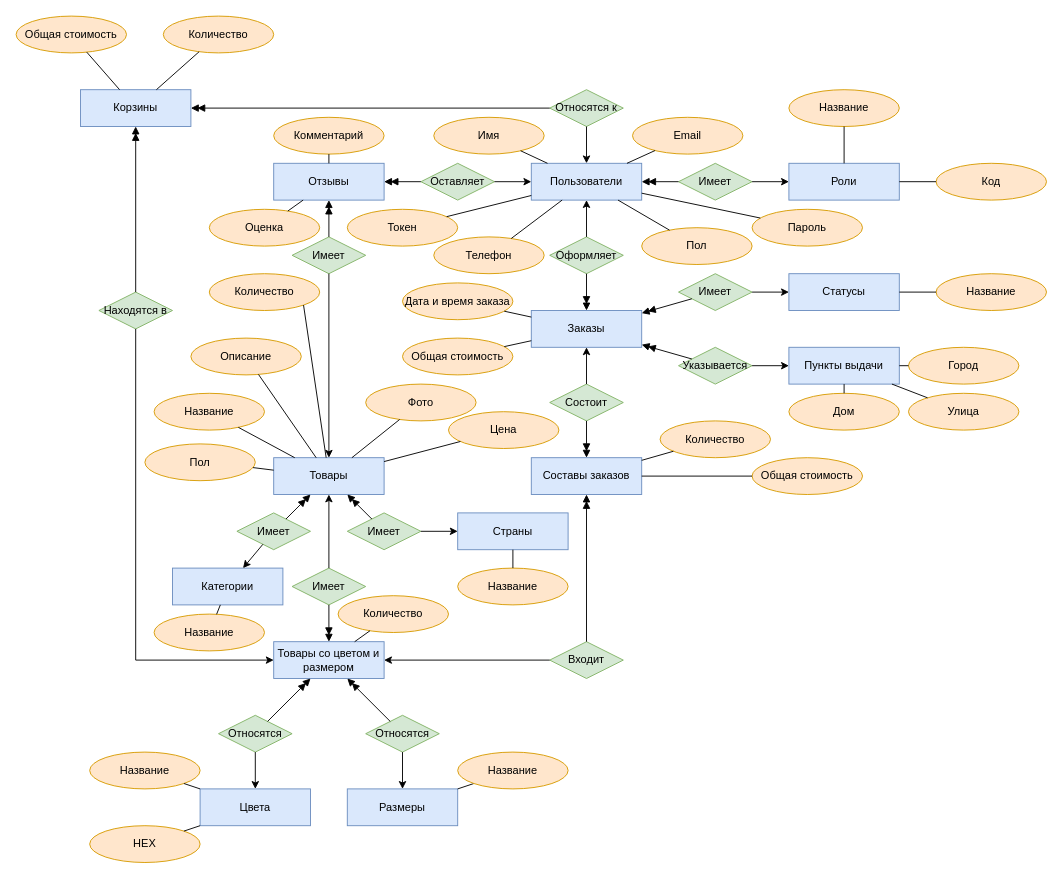
Above: page "КМ" (1 of 3) of documents/Модели.drawio in Fatalex2005/secrets-of-the-east.ru (draw.io), before the change. Source tidied: cells renumbered, new cells numbered last; positions are measured from the earlier drawing's top-left corner, leaving out a move shared by most shapes. Both pictures are drawn from the tidied source at 92%, with x=0, y=0 at pixel (16, 16).
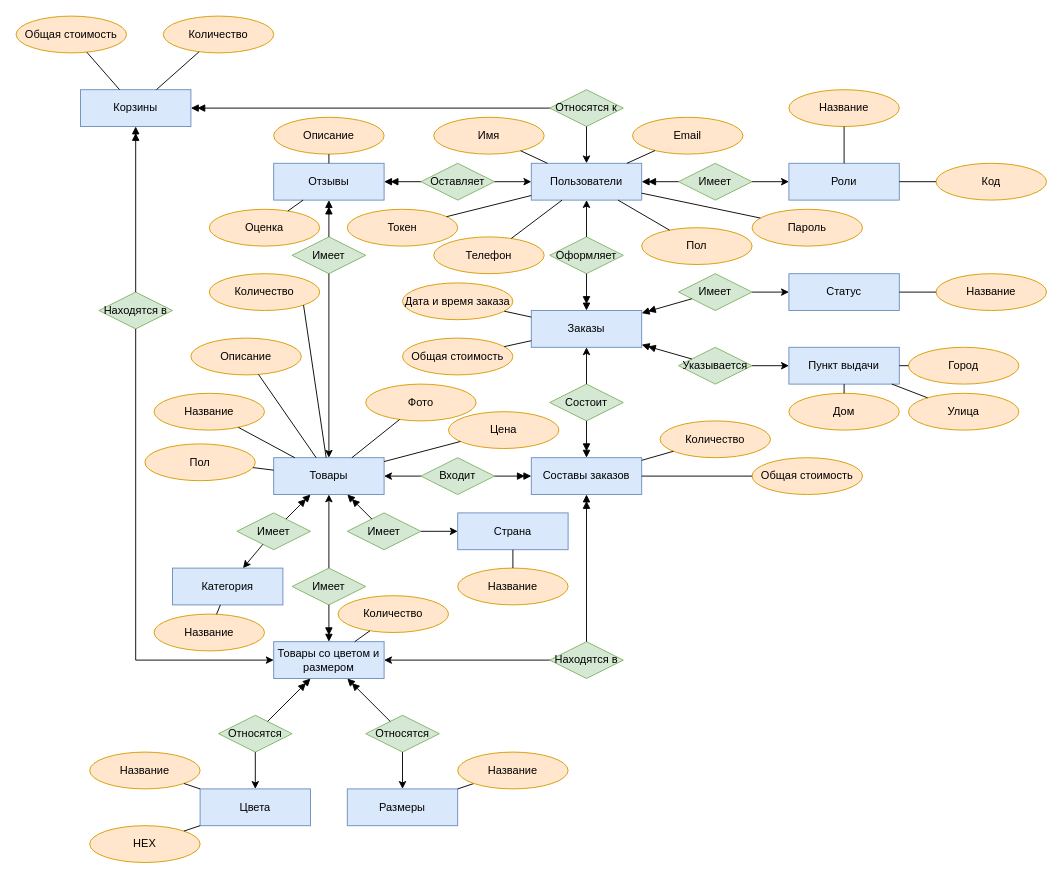
The same diagram, later.

The change refers to these unchanged cells:
```xml
<mxCell id="6" value="Товары" style="rounded=0;whiteSpace=wrap;html=1;fillColor=#dae8fc;strokeColor=#6c8ebf;" parent="1" vertex="1">
  <mxGeometry x="280" y="480" width="120" height="40" as="geometry" />
</mxCell>
<mxCell id="23" value="Составы заказов" style="rounded=0;whiteSpace=wrap;html=1;fillColor=#dae8fc;strokeColor=#6c8ebf;" parent="1" vertex="1">
  <mxGeometry x="560" y="480" width="120" height="40" as="geometry" />
</mxCell>
```

What changed in the source:
```diff
@@
-    <mxCell id="7" value="Страны" style="rounded=0;whiteSpace=wrap;html=1;fillColor=#dae8fc;strokeColor=#6c8ebf;" parent="1" vertex="1">
+    <mxCell id="7" value="Страна" style="rounded=0;whiteSpace=wrap;html=1;fillColor=#dae8fc;strokeColor=#6c8ebf;" parent="1" vertex="1">
       <mxGeometry x="480" y="540" width="120" height="40" as="geometry" />
     </mxCell>
-    <mxCell id="8" value="Категории" style="rounded=0;whiteSpace=wrap;html=1;fillColor=#dae8fc;strokeColor=#6c8ebf;" parent="1" vertex="1">
+    <mxCell id="8" value="Категория" style="rounded=0;whiteSpace=wrap;html=1;fillColor=#dae8fc;strokeColor=#6c8ebf;" parent="1" vertex="1">
       <mxGeometry x="170" y="600" width="120" height="40" as="geometry" />
     </mxCell>
@@
-    <mxCell id="10" value="Статусы" style="rounded=0;whiteSpace=wrap;html=1;fillColor=#dae8fc;strokeColor=#6c8ebf;" parent="1" vertex="1">
+    <mxCell id="10" value="Статус" style="rounded=0;whiteSpace=wrap;html=1;fillColor=#dae8fc;strokeColor=#6c8ebf;" parent="1" vertex="1">
       <mxGeometry x="840" y="280" width="120" height="40" as="geometry" />
     </mxCell>
-    <mxCell id="11" value="Пункты выдачи" style="rounded=0;whiteSpace=wrap;html=1;fillColor=#dae8fc;strokeColor=#6c8ebf;" parent="1" vertex="1">
+    <mxCell id="11" value="Пункт выдачи" style="rounded=0;whiteSpace=wrap;html=1;fillColor=#dae8fc;strokeColor=#6c8ebf;" parent="1" vertex="1">
       <mxGeometry x="840" y="360" width="120" height="40" as="geometry" />
     </mxCell>
@@
+    <mxCell id="125" value="Входит" style="rhombus;whiteSpace=wrap;html=1;fillColor=#d5e8d4;strokeColor=#82b366;" parent="1" vertex="1">
+      <mxGeometry x="440" y="480" width="80" height="40" as="geometry" />
+    </mxCell>
@@
+    <mxCell id="126" style="endArrow=classic;html=1;rounded=0;endFill=1;" parent="1" edge="1" source="125" target="6">
+      <mxGeometry relative="1" as="geometry" />
+    </mxCell>
+    <mxCell id="127" style="endArrow=doubleBlock;html=1;rounded=0;endFill=1;" parent="1" edge="1" source="125" target="23">
+      <mxGeometry relative="1" as="geometry" />
+    </mxCell>
@@
-    <mxCell id="85" value="Комментарий" style="ellipse;whiteSpace=wrap;html=1;fillColor=#ffe6cc;strokeColor=#d79b00;" parent="1" vertex="1">
+    <mxCell id="85" value="Описание" style="ellipse;whiteSpace=wrap;html=1;fillColor=#ffe6cc;strokeColor=#d79b00;" parent="1" vertex="1">
       <mxGeometry x="280" y="110" width="120" height="40" as="geometry" />
     </mxCell>
@@
-    <mxCell id="120" value="Входит" style="rhombus;whiteSpace=wrap;html=1;fillColor=#d5e8d4;strokeColor=#82b366;" parent="1" vertex="1">
+    <mxCell id="120" value="Находятся в" style="rhombus;whiteSpace=wrap;html=1;fillColor=#d5e8d4;strokeColor=#82b366;" parent="1" vertex="1">
       <mxGeometry x="580" y="680" width="80" height="40" as="geometry" />
     </mxCell>
```
